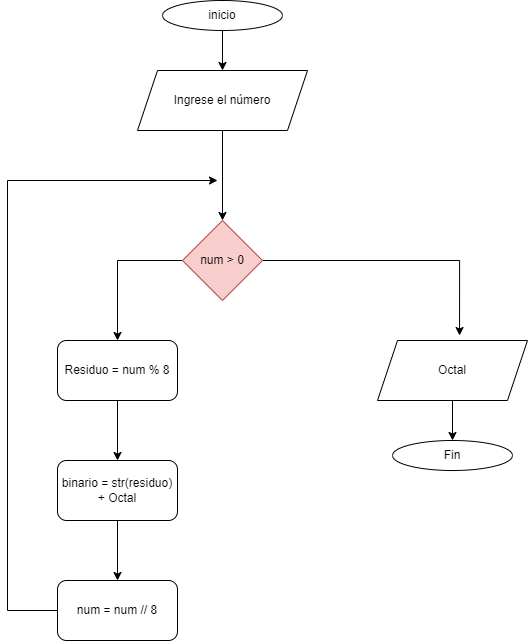
Shadwws/ESTEEE keeps this draw.io diagram as Diagramas/Decimal a octal.png. Above is the earlier version. Source tidied: cells renumbered, new cells last; positions are measured from the earlier drawing's top-left corner, leaving out a move shared by most shapes. Its diagram source:
```xml
<mxGraphModel>
  <root>
    <mxCell id="0" />
    <mxCell id="1" parent="0" />
    <mxCell id="2" style="edgeStyle=orthogonalEdgeStyle;rounded=0;jettySize=auto;html=1;" parent="1" edge="1" source="3" target="6">
      <mxGeometry relative="1" as="geometry" />
    </mxCell>
    <mxCell id="3" value="Ingrese el número" style="shape=parallelogram;perimeter=parallelogramPerimeter;whiteSpace=wrap;html=1;fixedSize=1;" parent="1" vertex="1">
      <mxGeometry x="130" y="70" width="170" height="60" as="geometry" />
    </mxCell>
    <mxCell id="4" style="edgeStyle=orthogonalEdgeStyle;rounded=0;jettySize=auto;html=1;exitX=0;exitY=0.5;exitDx=0;exitDy=0;entryX=0.5;entryY=0;entryDx=0;entryDy=0;" parent="1" edge="1" source="6" target="8">
      <mxGeometry relative="1" as="geometry" />
    </mxCell>
    <mxCell id="5" style="edgeStyle=orthogonalEdgeStyle;rounded=0;jettySize=auto;html=1;exitX=1;exitY=0.5;exitDx=0;exitDy=0;entryX=0.547;entryY=-0.083;entryDx=0;entryDy=0;entryPerimeter=0;" parent="1" edge="1" source="6" target="14">
      <mxGeometry relative="1" as="geometry" />
    </mxCell>
    <mxCell id="6" value="num &amp;gt; 0" style="rhombus;whiteSpace=wrap;html=1;fillColor=#f8cecc;strokeColor=#b85450;" parent="1" vertex="1">
      <mxGeometry x="175" y="220" width="80" height="80" as="geometry" />
    </mxCell>
    <mxCell id="7" style="edgeStyle=orthogonalEdgeStyle;rounded=0;jettySize=auto;html=1;" parent="1" edge="1" source="8" target="10">
      <mxGeometry relative="1" as="geometry" />
    </mxCell>
    <mxCell id="8" value="Residuo = num % 8" style="rounded=1;whiteSpace=wrap;html=1;" parent="1" vertex="1">
      <mxGeometry x="50" y="340" width="120" height="60" as="geometry" />
    </mxCell>
    <mxCell id="9" style="edgeStyle=orthogonalEdgeStyle;rounded=0;jettySize=auto;html=1;" parent="1" edge="1" source="10" target="12">
      <mxGeometry relative="1" as="geometry" />
    </mxCell>
    <mxCell id="10" value="binario = str(residuo) + Octal" style="rounded=1;whiteSpace=wrap;html=1;" parent="1" vertex="1">
      <mxGeometry x="50" y="460" width="120" height="60" as="geometry" />
    </mxCell>
    <mxCell id="11" style="edgeStyle=orthogonalEdgeStyle;rounded=0;jettySize=auto;html=1;exitX=0;exitY=0.5;exitDx=0;exitDy=0;" parent="1" edge="1" source="12">
      <mxGeometry relative="1" as="geometry">
        <mxPoint x="210" y="180" as="targetPoint" />
        <Array as="points">
          <mxPoint y="610" />
          <mxPoint y="180" />
        </Array>
      </mxGeometry>
    </mxCell>
    <mxCell id="12" value="num = num // 8" style="rounded=1;whiteSpace=wrap;html=1;" parent="1" vertex="1">
      <mxGeometry x="50" y="580" width="120" height="60" as="geometry" />
    </mxCell>
    <mxCell id="13" style="edgeStyle=orthogonalEdgeStyle;rounded=0;jettySize=auto;html=1;" parent="1" edge="1" source="14" target="17">
      <mxGeometry relative="1" as="geometry" />
    </mxCell>
    <mxCell id="14" value="Octal" style="shape=parallelogram;perimeter=parallelogramPerimeter;whiteSpace=wrap;html=1;fixedSize=1;" parent="1" vertex="1">
      <mxGeometry x="370" y="340" width="150" height="60" as="geometry" />
    </mxCell>
    <mxCell id="15" style="edgeStyle=orthogonalEdgeStyle;rounded=0;jettySize=auto;html=1;" parent="1" edge="1" source="16" target="3">
      <mxGeometry relative="1" as="geometry" />
    </mxCell>
    <mxCell id="16" value="inicio" style="ellipse;whiteSpace=wrap;html=1;" parent="1" vertex="1">
      <mxGeometry x="155" width="120" height="30" as="geometry" />
    </mxCell>
    <mxCell id="17" value="Fin" style="ellipse;whiteSpace=wrap;html=1;" parent="1" vertex="1">
      <mxGeometry x="385" y="440" width="120" height="30" as="geometry" />
    </mxCell>
  </root>
</mxGraphModel>
```
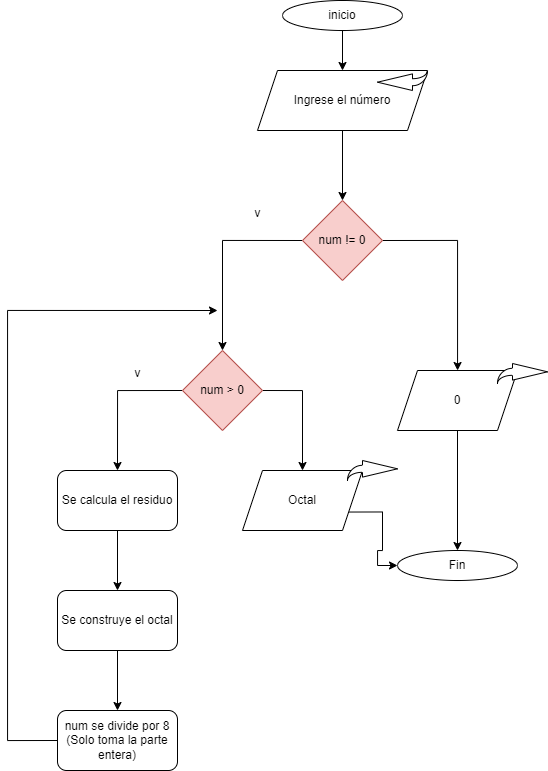
After the change.

The edit, as a diff of the source:
```diff
@@ -2,59 +2,89 @@
   <root>
     <mxCell id="0" />
     <mxCell id="1" parent="0" />
-    <mxCell id="2" style="edgeStyle=orthogonalEdgeStyle;rounded=0;jettySize=auto;html=1;" parent="1" edge="1" source="3" target="6">
-      <mxGeometry relative="1" as="geometry" />
-    </mxCell>
+    <mxCell id="18" style="edgeStyle=orthogonalEdgeStyle;rounded=0;jettySize=auto;html=1;" parent="1" edge="1" source="3" target="28">
+      <mxGeometry relative="1" as="geometry" />
+    </mxCell>
     <mxCell id="3" value="Ingrese el número" style="shape=parallelogram;perimeter=parallelogramPerimeter;whiteSpace=wrap;html=1;fixedSize=1;" parent="1" vertex="1">
-      <mxGeometry x="130" y="70" width="170" height="60" as="geometry" />
+      <mxGeometry x="230" y="90" width="170" height="60" as="geometry" />
     </mxCell>
-    <mxCell id="4" style="edgeStyle=orthogonalEdgeStyle;rounded=0;jettySize=auto;html=1;exitX=0;exitY=0.5;exitDx=0;exitDy=0;entryX=0.5;entryY=0;entryDx=0;entryDy=0;" parent="1" edge="1" source="6" target="8">
-      <mxGeometry relative="1" as="geometry" />
-    </mxCell>
+    <mxCell id="19" style="edgeStyle=orthogonalEdgeStyle;rounded=0;jettySize=auto;html=1;exitX=0;exitY=0.5;exitDx=0;exitDy=0;entryX=0.5;entryY=0;entryDx=0;entryDy=0;" parent="1" edge="1" source="6" target="21">
+      <mxGeometry relative="1" as="geometry" />
+    </mxCell>
-    <mxCell id="5" style="edgeStyle=orthogonalEdgeStyle;rounded=0;jettySize=auto;html=1;exitX=1;exitY=0.5;exitDx=0;exitDy=0;entryX=0.547;entryY=-0.083;entryDx=0;entryDy=0;entryPerimeter=0;" parent="1" edge="1" source="6" target="14">
+    <mxCell id="5" style="edgeStyle=orthogonalEdgeStyle;rounded=0;jettySize=auto;html=1;exitX=1;exitY=0.5;exitDx=0;exitDy=0;entryX=0.5;entryY=0;entryDx=0;entryDy=0;" parent="1" edge="1" source="6" target="14">
       <mxGeometry relative="1" as="geometry" />
     </mxCell>
     <mxCell id="6" value="num &amp;gt; 0" style="rhombus;whiteSpace=wrap;html=1;fillColor=#f8cecc;strokeColor=#b85450;" parent="1" vertex="1">
-      <mxGeometry x="175" y="220" width="80" height="80" as="geometry" />
+      <mxGeometry x="155" y="370" width="80" height="80" as="geometry" />
     </mxCell>
-    <mxCell id="7" style="edgeStyle=orthogonalEdgeStyle;rounded=0;jettySize=auto;html=1;" parent="1" edge="1" source="8" target="10">
-      <mxGeometry relative="1" as="geometry" />
-    </mxCell>
-    <mxCell id="8" value="Residuo = num % 8" style="rounded=1;whiteSpace=wrap;html=1;" parent="1" vertex="1">
-      <mxGeometry x="50" y="340" width="120" height="60" as="geometry" />
-    </mxCell>
-    <mxCell id="9" style="edgeStyle=orthogonalEdgeStyle;rounded=0;jettySize=auto;html=1;" parent="1" edge="1" source="10" target="12">
-      <mxGeometry relative="1" as="geometry" />
-    </mxCell>
-    <mxCell id="10" value="binario = str(residuo) + Octal" style="rounded=1;whiteSpace=wrap;html=1;" parent="1" vertex="1">
-      <mxGeometry x="50" y="460" width="120" height="60" as="geometry" />
-    </mxCell>
-    <mxCell id="11" style="edgeStyle=orthogonalEdgeStyle;rounded=0;jettySize=auto;html=1;exitX=0;exitY=0.5;exitDx=0;exitDy=0;" parent="1" edge="1" source="12">
-      <mxGeometry relative="1" as="geometry">
-        <mxPoint x="210" y="180" as="targetPoint" />
-        <Array as="points">
-          <mxPoint y="610" />
-          <mxPoint y="180" />
-        </Array>
-      </mxGeometry>
-    </mxCell>
-    <mxCell id="12" value="num = num // 8" style="rounded=1;whiteSpace=wrap;html=1;" parent="1" vertex="1">
-      <mxGeometry x="50" y="580" width="120" height="60" as="geometry" />
-    </mxCell>
-    <mxCell id="13" style="edgeStyle=orthogonalEdgeStyle;rounded=0;jettySize=auto;html=1;" parent="1" edge="1" source="14" target="17">
-      <mxGeometry relative="1" as="geometry" />
-    </mxCell>
-    <mxCell id="14" value="Octal" style="shape=parallelogram;perimeter=parallelogramPerimeter;whiteSpace=wrap;html=1;fixedSize=1;" parent="1" vertex="1">
-      <mxGeometry x="370" y="340" width="150" height="60" as="geometry" />
-    </mxCell>
+    <mxCell id="20" style="edgeStyle=orthogonalEdgeStyle;rounded=0;jettySize=auto;html=1;" parent="1" edge="1" source="21" target="23">
+      <mxGeometry relative="1" as="geometry" />
+    </mxCell>
+    <mxCell id="21" value="Se calcula el residuo" style="rounded=1;whiteSpace=wrap;html=1;" parent="1" vertex="1">
+      <mxGeometry x="30" y="490" width="120" height="60" as="geometry" />
+    </mxCell>
+    <mxCell id="22" style="edgeStyle=orthogonalEdgeStyle;rounded=0;jettySize=auto;html=1;" parent="1" edge="1" source="23" target="25">
+      <mxGeometry relative="1" as="geometry" />
+    </mxCell>
+    <mxCell id="23" value="Se construye el octal" style="rounded=1;whiteSpace=wrap;html=1;" parent="1" vertex="1">
+      <mxGeometry x="30" y="610" width="120" height="60" as="geometry" />
+    </mxCell>
+    <mxCell id="24" style="edgeStyle=orthogonalEdgeStyle;rounded=0;jettySize=auto;html=1;exitX=0;exitY=0.5;exitDx=0;exitDy=0;" parent="1" edge="1" source="25">
+      <mxGeometry relative="1" as="geometry">
+        <mxPoint x="190" y="330" as="targetPoint" />
+        <Array as="points">
+          <mxPoint x="-20" y="760" />
+          <mxPoint x="-20" y="330" />
+        </Array>
+      </mxGeometry>
+    </mxCell>
+    <mxCell id="25" value="num se divide por 8 (Solo toma la parte entera)" style="rounded=1;whiteSpace=wrap;html=1;" parent="1" vertex="1">
+      <mxGeometry x="30" y="730" width="120" height="60" as="geometry" />
+    </mxCell>
     <mxCell id="15" style="edgeStyle=orthogonalEdgeStyle;rounded=0;jettySize=auto;html=1;" parent="1" edge="1" source="16" target="3">
       <mxGeometry relative="1" as="geometry" />
     </mxCell>
     <mxCell id="16" value="inicio" style="ellipse;whiteSpace=wrap;html=1;" parent="1" vertex="1">
-      <mxGeometry x="155" width="120" height="30" as="geometry" />
+      <mxGeometry x="255" y="20" width="120" height="30" as="geometry" />
     </mxCell>
     <mxCell id="17" value="Fin" style="ellipse;whiteSpace=wrap;html=1;" parent="1" vertex="1">
-      <mxGeometry x="385" y="440" width="120" height="30" as="geometry" />
+      <mxGeometry x="370" y="570" width="120" height="30" as="geometry" />
     </mxCell>
+    <mxCell id="26" style="edgeStyle=orthogonalEdgeStyle;rounded=0;jettySize=auto;html=1;exitX=0;exitY=0.5;exitDx=0;exitDy=0;entryX=0.5;entryY=0;entryDx=0;entryDy=0;" parent="1" edge="1" source="28" target="6">
+      <mxGeometry relative="1" as="geometry" />
+    </mxCell>
+    <mxCell id="27" style="edgeStyle=orthogonalEdgeStyle;rounded=0;jettySize=auto;html=1;exitX=1;exitY=0.5;exitDx=0;exitDy=0;" parent="1" edge="1" source="28" target="32">
+      <mxGeometry relative="1" as="geometry" />
+    </mxCell>
+    <mxCell id="28" value="num != 0" style="rhombus;whiteSpace=wrap;html=1;fillColor=#f8cecc;strokeColor=#b85450;" parent="1" vertex="1">
+      <mxGeometry x="275" y="220" width="80" height="80" as="geometry" />
+    </mxCell>
+    <mxCell id="29" value="v" style="text;html=1;align=center;verticalAlign=middle;strokeColor=none;fillColor=none;" parent="1" vertex="1">
+      <mxGeometry x="215" y="218" width="30" height="30" as="geometry" />
+    </mxCell>
+    <mxCell id="30" value="v" style="text;html=1;align=center;verticalAlign=middle;strokeColor=none;fillColor=none;" parent="1" vertex="1">
+      <mxGeometry x="95" y="378" width="30" height="30" as="geometry" />
+    </mxCell>
+    <mxCell id="31" style="edgeStyle=orthogonalEdgeStyle;rounded=0;jettySize=auto;html=1;" parent="1" edge="1" source="32" target="17">
+      <mxGeometry relative="1" as="geometry" />
+    </mxCell>
+    <mxCell id="32" value="0" style="shape=parallelogram;perimeter=parallelogramPerimeter;whiteSpace=wrap;html=1;fixedSize=1;" parent="1" vertex="1">
+      <mxGeometry x="370" y="390" width="120" height="60" as="geometry" />
+    </mxCell>
+    <mxCell id="13" style="edgeStyle=orthogonalEdgeStyle;rounded=0;jettySize=auto;html=1;exitX=1;exitY=0.75;exitDx=0;exitDy=0;entryX=0;entryY=0.5;entryDx=0;entryDy=0;" parent="1" edge="1" source="14" target="17">
+      <mxGeometry relative="1" as="geometry" />
+    </mxCell>
+    <mxCell id="14" value="Octal" style="shape=parallelogram;perimeter=parallelogramPerimeter;whiteSpace=wrap;html=1;fixedSize=1;" parent="1" vertex="1">
+      <mxGeometry x="215" y="490" width="120" height="60" as="geometry" />
+    </mxCell>
+    <mxCell id="33" style="html=1;shadow=0;dashed=0;align=center;verticalAlign=middle;shape=mxgraph.arrows2.jumpInArrow;dy=3.5;dx=35;arrowHead=16.61;direction=west;" parent="1" vertex="1">
+      <mxGeometry x="350" y="90" width="50" height="20" as="geometry" />
+    </mxCell>
+    <mxCell id="34" style="html=1;shadow=0;dashed=0;align=center;verticalAlign=middle;shape=mxgraph.arrows2.jumpInArrow;dy=3.5;dx=35;arrowHead=16.61;direction=east;" parent="1" vertex="1">
+      <mxGeometry x="470" y="383" width="50" height="20" as="geometry" />
+    </mxCell>
+    <mxCell id="35" style="html=1;shadow=0;dashed=0;align=center;verticalAlign=middle;shape=mxgraph.arrows2.jumpInArrow;dy=3.5;dx=35;arrowHead=16.61;direction=east;" parent="1" vertex="1">
+      <mxGeometry x="320" y="480" width="50" height="20" as="geometry" />
+    </mxCell>
   </root>
 </mxGraphModel>
```
